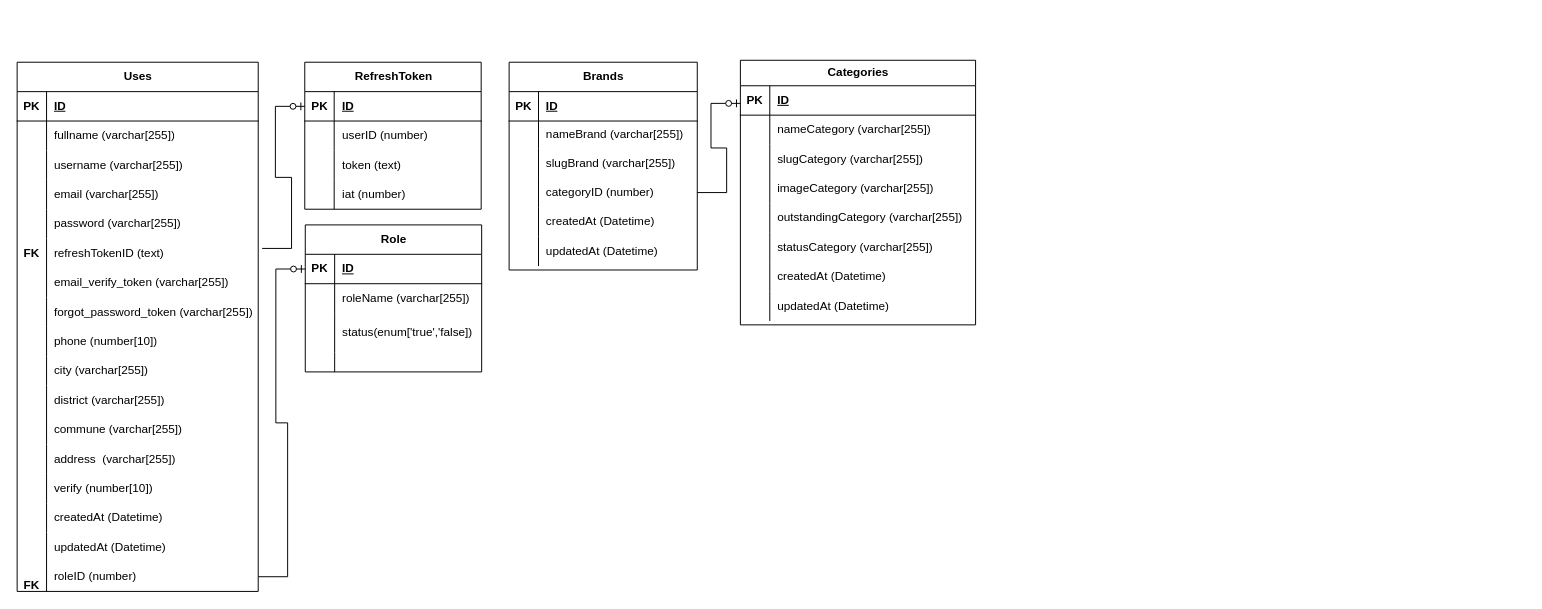
This is src/doan.drawio from QuocHuy03/HoangHaPC, a draw.io file, before an edit. Source tidied: cells renumbered, new cells numbered last; positions are measured from the earlier drawing's top-left corner, leaving out a move shared by most shapes. Both pictures are drawn from the tidied source at 98%, with x=0, y=0 at pixel (17, -89).
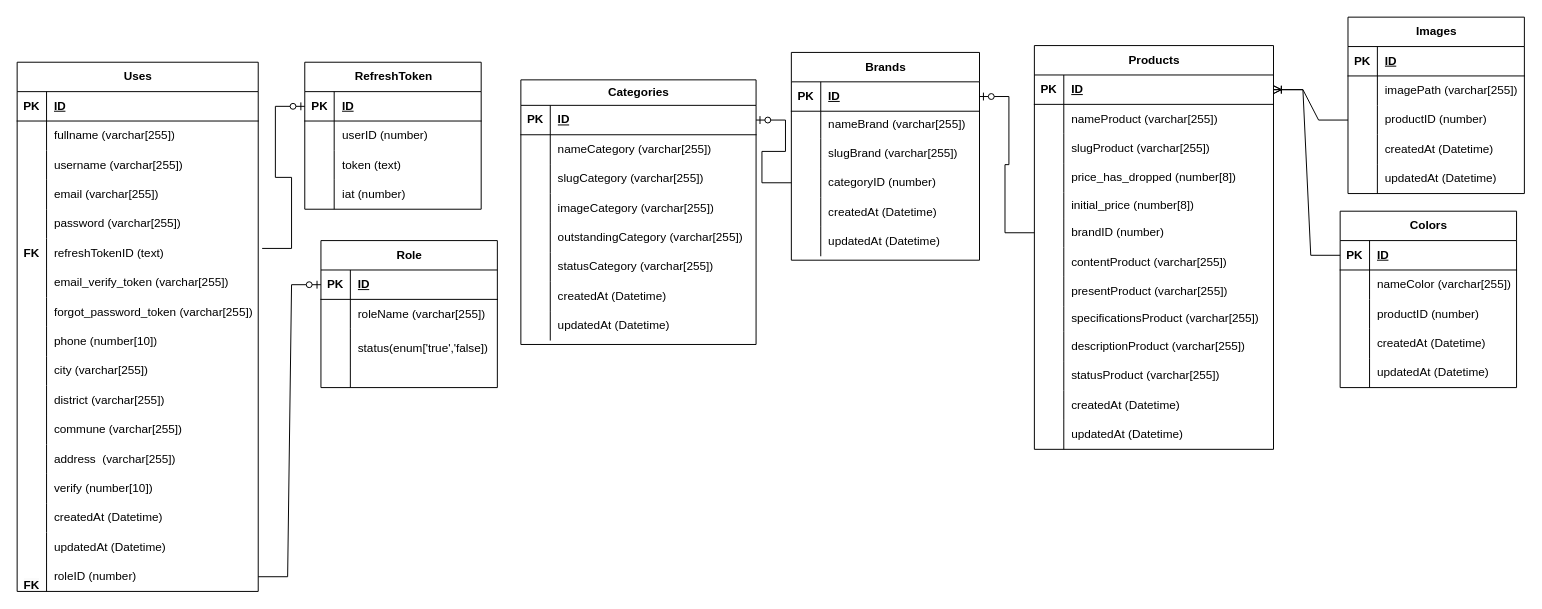
The same page after the edit.

Commit message (it also covers changes not shown here):
Cập nhật doan.drawio

The change refers to these unchanged cells:
```xml
<mxCell id="83" style="shape=tableRow;horizontal=0;startSize=0;swimlaneHead=0;swimlaneBody=0;fillColor=none;points=[[0,0.5],[1,0.5]];portConstraint=eastwest;top=0;left=0;right=0;bottom=1;" parent="82" vertex="1">
  <mxGeometry y="30" width="192" height="30" as="geometry" />
</mxCell>
<mxCell id="92" style="shape=tableRow;horizontal=0;startSize=0;swimlaneHead=0;swimlaneBody=0;fillColor=none;points=[[0,0.5],[1,0.5]];portConstraint=eastwest;top=0;left=0;right=0;bottom=0;" parent="82" vertex="1">
  <mxGeometry y="118" width="192" height="30" as="geometry" />
</mxCell>
<mxCell id="102" style="shape=tableRow;horizontal=0;startSize=0;swimlaneHead=0;swimlaneBody=0;fillColor=none;points=[[0,0.5],[1,0.5]];portConstraint=eastwest;top=0;left=0;right=0;bottom=1;" parent="101" vertex="1">
  <mxGeometry y="26" width="240" height="30" as="geometry" />
</mxCell>
```

Diff of the diagram source:
```diff
@@
     <mxCell id="68" value="Role" style="shape=table;startSize=30;childLayout=tableLayout;rowLines=0;fontStyle=1;align=center;html=1;" parent="1" vertex="1">
-      <mxGeometry x="294" y="320" width="180" height="150" as="geometry" />
+      <mxGeometry x="310" y="336" width="180" height="150" as="geometry" />
     </mxCell>
@@
     <mxCell id="82" value="Brands" style="shape=table;startSize=30;childLayout=tableLayout;rowLines=0;fontStyle=1;align=center;html=1;" parent="1" vertex="1">
-      <mxGeometry x="502" y="154" width="192" height="212" as="geometry" />
+      <mxGeometry x="790" y="144" width="192" height="212" as="geometry" />
     </mxCell>
@@
     <mxCell id="101" value="Categories" style="shape=table;startSize=26;childLayout=tableLayout;rowLines=0;fontStyle=1;align=center;html=1;" parent="1" vertex="1">
-      <mxGeometry x="738" y="152" width="240" height="270" as="geometry" />
+      <mxGeometry x="514" y="172" width="240" height="270" as="geometry" />
     </mxCell>
@@
-    <mxCell id="126" style="edgeStyle=entityRelationEdgeStyle;fontSize=12;html=1;endArrow=ERzeroToOne;endFill=1;rounded=0;entryX=0;entryY=0.5;entryDx=0;entryDy=0;exitX=1;exitY=0.5;exitDx=0;exitDy=0;" parent="1" edge="1" source="92">
+    <mxCell id="126" style="edgeStyle=entityRelationEdgeStyle;fontSize=12;html=1;endArrow=ERzeroToOne;endFill=1;rounded=0;exitX=0;exitY=0.5;exitDx=0;exitDy=0;entryX=1;entryY=0.5;entryDx=0;entryDy=0;" parent="1" edge="1" source="92" target="102">
       <mxGeometry relative="1" as="geometry">
-        <mxPoint x="738" y="196" as="targetPoint" />
         <Array as="points">
+          <mxPoint x="878" y="320" />
           <mxPoint x="738" y="349" />
           <mxPoint x="754" y="321" />
           <mxPoint x="722" y="316" />
+          <mxPoint x="750" y="212" />
+          <mxPoint x="1086" y="617" />
           <mxPoint x="1110" y="449" />
           <mxPoint x="730" y="224" />
           <mxPoint x="742" y="264" />
           <mxPoint x="738" y="281" />
           <mxPoint x="724" />
           <mxPoint x="1282" y="497" />
         </Array>
       </mxGeometry>
     </mxCell>
+    <mxCell id="127" value="Products" style="shape=table;startSize=30;childLayout=tableLayout;rowLines=0;fontStyle=1;align=center;html=1;" parent="1" vertex="1">
+      <mxGeometry x="1038" y="137" width="244" height="412" as="geometry" />
+    </mxCell>
+    <mxCell id="128" style="shape=tableRow;horizontal=0;startSize=0;swimlaneHead=0;swimlaneBody=0;fillColor=none;points=[[0,0.5],[1,0.5]];portConstraint=eastwest;top=0;left=0;right=0;bottom=1;" parent="127" vertex="1">
+      <mxGeometry y="30" width="244" height="30" as="geometry" />
+    </mxCell>
+    <mxCell id="129" value="PK" style="shape=partialRectangle;fillColor=none;top=0;left=0;bottom=0;right=0;fontStyle=1;overflow=hidden;whiteSpace=wrap;html=1;" parent="128" vertex="1">
+      <mxGeometry width="30" height="30" as="geometry" />
+    </mxCell>
+    <mxCell id="130" value="ID" style="shape=partialRectangle;fillColor=none;top=0;left=0;bottom=0;right=0;align=left;spacingLeft=6;fontStyle=5;overflow=hidden;whiteSpace=wrap;html=1;" parent="128" vertex="1">
+      <mxGeometry x="30" width="214" height="30" as="geometry" />
+    </mxCell>
+    <mxCell id="131" style="shape=tableRow;horizontal=0;startSize=0;swimlaneHead=0;swimlaneBody=0;fillColor=none;top=0;left=0;right=0;bottom=0;" parent="127" vertex="1">
+      <mxGeometry y="60" width="244" height="30" as="geometry" />
+    </mxCell>
+    <mxCell id="132" style="shape=partialRectangle;fillColor=none;top=0;left=0;bottom=0;right=0;overflow=hidden;whiteSpace=wrap;html=1;" parent="131" vertex="1">
+      <mxGeometry width="30" height="30" as="geometry" />
+    </mxCell>
+    <mxCell id="133" value="nameProduct (varchar[255])" style="shape=partialRectangle;fillColor=none;top=0;left=0;bottom=0;right=0;align=left;spacingLeft=6;overflow=hidden;whiteSpace=wrap;html=1;" parent="131" vertex="1">
+      <mxGeometry x="30" width="214" height="30" as="geometry" />
+    </mxCell>
+    <mxCell id="134" style="shape=tableRow;horizontal=0;startSize=0;swimlaneHead=0;swimlaneBody=0;fillColor=none;top=0;left=0;right=0;bottom=0;" parent="127" vertex="1">
+      <mxGeometry y="90" width="244" height="30" as="geometry" />
+    </mxCell>
+    <mxCell id="135" style="shape=partialRectangle;fillColor=none;top=0;left=0;bottom=0;right=0;overflow=hidden;whiteSpace=wrap;html=1;" parent="134" vertex="1">
+      <mxGeometry width="30" height="30" as="geometry" />
+    </mxCell>
+    <mxCell id="136" value="slugProduct (varchar[255])" style="shape=partialRectangle;fillColor=none;top=0;left=0;bottom=0;right=0;align=left;spacingLeft=6;overflow=hidden;whiteSpace=wrap;html=1;" parent="134" vertex="1">
+      <mxGeometry x="30" width="214" height="30" as="geometry" />
+    </mxCell>
+    <mxCell id="137" style="shape=tableRow;horizontal=0;startSize=0;swimlaneHead=0;swimlaneBody=0;fillColor=none;top=0;left=0;right=0;bottom=0;" parent="127" vertex="1">
+      <mxGeometry y="120" width="244" height="30" as="geometry" />
+    </mxCell>
+    <mxCell id="138" style="shape=partialRectangle;fillColor=none;top=0;left=0;bottom=0;right=0;overflow=hidden;whiteSpace=wrap;html=1;" parent="137" vertex="1">
+      <mxGeometry width="30" height="30" as="geometry" />
+    </mxCell>
+    <mxCell id="139" value="price_has_dropped (number[8])" style="shape=partialRectangle;fillColor=none;top=0;left=0;bottom=0;right=0;align=left;spacingLeft=6;overflow=hidden;whiteSpace=wrap;html=1;" parent="137" vertex="1">
+      <mxGeometry x="30" width="214" height="30" as="geometry" />
+    </mxCell>
+    <mxCell id="140" style="shape=tableRow;horizontal=0;startSize=0;swimlaneHead=0;swimlaneBody=0;fillColor=none;top=0;left=0;right=0;bottom=0;" parent="127" vertex="1">
+      <mxGeometry y="150" width="244" height="26" as="geometry" />
+    </mxCell>
+    <mxCell id="141" style="shape=partialRectangle;fillColor=none;top=0;left=0;bottom=0;right=0;overflow=hidden;whiteSpace=wrap;html=1;" parent="140" vertex="1">
+      <mxGeometry width="30" height="26" as="geometry" />
+    </mxCell>
+    <mxCell id="142" value="initial_price (number[8])" style="shape=partialRectangle;fillColor=none;top=0;left=0;bottom=0;right=0;align=left;spacingLeft=6;overflow=hidden;whiteSpace=wrap;html=1;" parent="140" vertex="1">
+      <mxGeometry x="30" width="214" height="26" as="geometry" />
+    </mxCell>
+    <mxCell id="143" style="shape=tableRow;horizontal=0;startSize=0;swimlaneHead=0;swimlaneBody=0;fillColor=none;points=[[0,0.5],[1,0.5]];portConstraint=eastwest;top=0;left=0;right=0;bottom=0;" parent="127" vertex="1">
+      <mxGeometry y="176" width="244" height="30" as="geometry" />
+    </mxCell>
+    <mxCell id="144" style="shape=partialRectangle;fillColor=none;top=0;left=0;bottom=0;right=0;overflow=hidden;whiteSpace=wrap;html=1;" parent="143" vertex="1">
+      <mxGeometry width="30" height="30" as="geometry" />
+    </mxCell>
+    <mxCell id="145" value="brandID (number)" style="shape=partialRectangle;fillColor=none;top=0;left=0;bottom=0;right=0;align=left;spacingLeft=6;overflow=hidden;whiteSpace=wrap;html=1;" parent="143" vertex="1">
+      <mxGeometry x="30" width="214" height="30" as="geometry" />
+    </mxCell>
+    <mxCell id="146" style="shape=tableRow;horizontal=0;startSize=0;swimlaneHead=0;swimlaneBody=0;fillColor=none;top=0;left=0;right=0;bottom=0;" parent="127" vertex="1">
+      <mxGeometry y="206" width="244" height="30" as="geometry" />
+    </mxCell>
+    <mxCell id="147" style="shape=partialRectangle;fillColor=none;top=0;left=0;bottom=0;right=0;overflow=hidden;whiteSpace=wrap;html=1;" parent="146" vertex="1">
+      <mxGeometry width="30" height="30" as="geometry" />
+    </mxCell>
+    <mxCell id="148" value="contentProduct (varchar[255])" style="shape=partialRectangle;fillColor=none;top=0;left=0;bottom=0;right=0;align=left;spacingLeft=6;overflow=hidden;whiteSpace=wrap;html=1;" parent="146" vertex="1">
+      <mxGeometry x="30" width="214" height="30" as="geometry" />
+    </mxCell>
+    <mxCell id="149" style="shape=tableRow;horizontal=0;startSize=0;swimlaneHead=0;swimlaneBody=0;fillColor=none;top=0;left=0;right=0;bottom=0;" parent="127" vertex="1">
+      <mxGeometry y="236" width="244" height="30" as="geometry" />
+    </mxCell>
+    <mxCell id="150" style="shape=partialRectangle;fillColor=none;top=0;left=0;bottom=0;right=0;overflow=hidden;whiteSpace=wrap;html=1;" parent="149" vertex="1">
+      <mxGeometry width="30" height="30" as="geometry" />
+    </mxCell>
+    <mxCell id="151" value="presentProduct (varchar[255])" style="shape=partialRectangle;fillColor=none;top=0;left=0;bottom=0;right=0;align=left;spacingLeft=6;overflow=hidden;whiteSpace=wrap;html=1;" parent="149" vertex="1">
+      <mxGeometry x="30" width="214" height="30" as="geometry" />
+    </mxCell>
+    <mxCell id="152" style="shape=tableRow;horizontal=0;startSize=0;swimlaneHead=0;swimlaneBody=0;fillColor=none;top=0;left=0;right=0;bottom=0;" parent="127" vertex="1">
+      <mxGeometry y="266" width="244" height="26" as="geometry" />
+    </mxCell>
+    <mxCell id="153" style="shape=partialRectangle;fillColor=none;top=0;left=0;bottom=0;right=0;overflow=hidden;whiteSpace=wrap;html=1;" parent="152" vertex="1">
+      <mxGeometry width="30" height="26" as="geometry" />
+    </mxCell>
+    <mxCell id="154" value="specificationsProduct (varchar[255])" style="shape=partialRectangle;fillColor=none;top=0;left=0;bottom=0;right=0;align=left;spacingLeft=6;overflow=hidden;whiteSpace=wrap;html=1;" parent="152" vertex="1">
+      <mxGeometry x="30" width="214" height="26" as="geometry" />
+    </mxCell>
+    <mxCell id="155" style="shape=tableRow;horizontal=0;startSize=0;swimlaneHead=0;swimlaneBody=0;fillColor=none;top=0;left=0;right=0;bottom=0;" parent="127" vertex="1">
+      <mxGeometry y="292" width="244" height="30" as="geometry" />
+    </mxCell>
+    <mxCell id="156" style="shape=partialRectangle;fillColor=none;top=0;left=0;bottom=0;right=0;overflow=hidden;whiteSpace=wrap;html=1;" parent="155" vertex="1">
+      <mxGeometry width="30" height="30" as="geometry" />
+    </mxCell>
+    <mxCell id="157" value="descriptionProduct (varchar[255])" style="shape=partialRectangle;fillColor=none;top=0;left=0;bottom=0;right=0;align=left;spacingLeft=6;overflow=hidden;whiteSpace=wrap;html=1;" parent="155" vertex="1">
+      <mxGeometry x="30" width="214" height="30" as="geometry" />
+    </mxCell>
+    <mxCell id="158" style="shape=tableRow;horizontal=0;startSize=0;swimlaneHead=0;swimlaneBody=0;fillColor=none;top=0;left=0;right=0;bottom=0;" parent="127" vertex="1">
+      <mxGeometry y="322" width="244" height="30" as="geometry" />
+    </mxCell>
+    <mxCell id="159" style="shape=partialRectangle;fillColor=none;top=0;left=0;bottom=0;right=0;overflow=hidden;whiteSpace=wrap;html=1;" parent="158" vertex="1">
+      <mxGeometry width="30" height="30" as="geometry" />
+    </mxCell>
+    <mxCell id="160" value="statusProduct (varchar[255])" style="shape=partialRectangle;fillColor=none;top=0;left=0;bottom=0;right=0;align=left;spacingLeft=6;overflow=hidden;whiteSpace=wrap;html=1;" parent="158" vertex="1">
+      <mxGeometry x="30" width="214" height="30" as="geometry" />
+    </mxCell>
+    <mxCell id="161" style="shape=tableRow;horizontal=0;startSize=0;swimlaneHead=0;swimlaneBody=0;fillColor=none;top=0;left=0;right=0;bottom=0;" parent="127" vertex="1">
+      <mxGeometry y="352" width="244" height="30" as="geometry" />
+    </mxCell>
+    <mxCell id="162" style="shape=partialRectangle;fillColor=none;top=0;left=0;bottom=0;right=0;overflow=hidden;whiteSpace=wrap;html=1;" parent="161" vertex="1">
+      <mxGeometry width="30" height="30" as="geometry" />
+    </mxCell>
+    <mxCell id="163" value="createdAt (Datetime)" style="shape=partialRectangle;fillColor=none;top=0;left=0;bottom=0;right=0;align=left;spacingLeft=6;overflow=hidden;whiteSpace=wrap;html=1;" parent="161" vertex="1">
+      <mxGeometry x="30" width="214" height="30" as="geometry" />
+    </mxCell>
+    <mxCell id="164" style="shape=tableRow;horizontal=0;startSize=0;swimlaneHead=0;swimlaneBody=0;fillColor=none;top=0;left=0;right=0;bottom=0;" parent="127" vertex="1">
+      <mxGeometry y="382" width="244" height="30" as="geometry" />
+    </mxCell>
+    <mxCell id="165" style="shape=partialRectangle;fillColor=none;top=0;left=0;bottom=0;right=0;overflow=hidden;whiteSpace=wrap;html=1;" parent="164" vertex="1">
+      <mxGeometry width="30" height="30" as="geometry" />
+    </mxCell>
+    <mxCell id="166" value="updatedAt (Datetime)" style="shape=partialRectangle;fillColor=none;top=0;left=0;bottom=0;right=0;align=left;spacingLeft=6;overflow=hidden;whiteSpace=wrap;html=1;" parent="164" vertex="1">
+      <mxGeometry x="30" width="214" height="30" as="geometry" />
+    </mxCell>
+    <mxCell id="167" style="edgeStyle=entityRelationEdgeStyle;fontSize=12;html=1;endArrow=ERzeroToOne;endFill=1;rounded=0;entryX=1;entryY=0.5;entryDx=0;entryDy=0;exitX=0;exitY=0.5;exitDx=0;exitDy=0;" parent="1" edge="1" source="143" target="83">
+      <mxGeometry relative="1" as="geometry">
+        <Array as="points">
+          <mxPoint x="590" y="601" />
+          <mxPoint x="942" y="168" />
+          <mxPoint x="606" y="573" />
+          <mxPoint x="574" y="568" />
+          <mxPoint x="962" y="701" />
+          <mxPoint x="582" y="476" />
+          <mxPoint x="594" y="516" />
+          <mxPoint x="590" y="533" />
+          <mxPoint x="576" y="252" />
+          <mxPoint x="1134" y="749" />
+        </Array>
+      </mxGeometry>
+    </mxCell>
+    <mxCell id="168" value="Images" style="shape=table;startSize=30;childLayout=tableLayout;rowLines=0;fontStyle=1;align=center;html=1;" parent="1" vertex="1">
+      <mxGeometry x="1358" y="108" width="180" height="180" as="geometry" />
+    </mxCell>
+    <mxCell id="169" style="shape=tableRow;horizontal=0;startSize=0;swimlaneHead=0;swimlaneBody=0;fillColor=none;top=0;left=0;right=0;bottom=1;" parent="168" vertex="1">
+      <mxGeometry y="30" width="180" height="30" as="geometry" />
+    </mxCell>
+    <mxCell id="170" value="PK" style="shape=partialRectangle;fillColor=none;top=0;left=0;bottom=0;right=0;fontStyle=1;overflow=hidden;whiteSpace=wrap;html=1;" parent="169" vertex="1">
+      <mxGeometry width="30" height="30" as="geometry" />
+    </mxCell>
+    <mxCell id="171" value="ID" style="shape=partialRectangle;fillColor=none;top=0;left=0;bottom=0;right=0;align=left;spacingLeft=6;fontStyle=5;overflow=hidden;whiteSpace=wrap;html=1;" parent="169" vertex="1">
+      <mxGeometry x="30" width="150" height="30" as="geometry" />
+    </mxCell>
+    <mxCell id="172" style="shape=tableRow;horizontal=0;startSize=0;swimlaneHead=0;swimlaneBody=0;fillColor=none;top=0;left=0;right=0;bottom=0;" parent="168" vertex="1">
+      <mxGeometry y="60" width="180" height="30" as="geometry" />
+    </mxCell>
+    <mxCell id="173" style="shape=partialRectangle;fillColor=none;top=0;left=0;bottom=0;right=0;overflow=hidden;whiteSpace=wrap;html=1;" parent="172" vertex="1">
+      <mxGeometry width="30" height="30" as="geometry" />
+    </mxCell>
+    <mxCell id="174" value="imagePath (varchar[255])" style="shape=partialRectangle;fillColor=none;top=0;left=0;bottom=0;right=0;align=left;spacingLeft=6;overflow=hidden;whiteSpace=wrap;html=1;" parent="172" vertex="1">
+      <mxGeometry x="30" width="150" height="30" as="geometry" />
+    </mxCell>
+    <mxCell id="175" style="shape=tableRow;horizontal=0;startSize=0;swimlaneHead=0;swimlaneBody=0;fillColor=none;points=[[0,0.5],[1,0.5]];portConstraint=eastwest;top=0;left=0;right=0;bottom=0;" parent="168" vertex="1">
+      <mxGeometry y="90" width="180" height="30" as="geometry" />
+    </mxCell>
+    <mxCell id="176" style="shape=partialRectangle;fillColor=none;top=0;left=0;bottom=0;right=0;overflow=hidden;whiteSpace=wrap;html=1;" parent="175" vertex="1">
+      <mxGeometry width="30" height="30" as="geometry" />
+    </mxCell>
+    <mxCell id="177" value="productID (number)" style="shape=partialRectangle;fillColor=none;top=0;left=0;bottom=0;right=0;align=left;spacingLeft=6;overflow=hidden;whiteSpace=wrap;html=1;" parent="175" vertex="1">
+      <mxGeometry x="30" width="150" height="30" as="geometry" />
+    </mxCell>
+    <mxCell id="178" style="shape=tableRow;horizontal=0;startSize=0;swimlaneHead=0;swimlaneBody=0;fillColor=none;top=0;left=0;right=0;bottom=0;" parent="168" vertex="1">
+      <mxGeometry y="120" width="180" height="30" as="geometry" />
+    </mxCell>
+    <mxCell id="179" style="shape=partialRectangle;fillColor=none;top=0;left=0;bottom=0;right=0;overflow=hidden;whiteSpace=wrap;html=1;" parent="178" vertex="1">
+      <mxGeometry width="30" height="30" as="geometry" />
+    </mxCell>
+    <mxCell id="180" value="createdAt (Datetime)" style="shape=partialRectangle;fillColor=none;top=0;left=0;bottom=0;right=0;align=left;spacingLeft=6;overflow=hidden;whiteSpace=wrap;html=1;" parent="178" vertex="1">
+      <mxGeometry x="30" width="150" height="30" as="geometry" />
+    </mxCell>
+    <mxCell id="181" style="shape=tableRow;horizontal=0;startSize=0;swimlaneHead=0;swimlaneBody=0;fillColor=none;top=0;left=0;right=0;bottom=0;" parent="168" vertex="1">
+      <mxGeometry y="150" width="180" height="30" as="geometry" />
+    </mxCell>
+    <mxCell id="182" style="shape=partialRectangle;fillColor=none;top=0;left=0;bottom=0;right=0;overflow=hidden;whiteSpace=wrap;html=1;" parent="181" vertex="1">
+      <mxGeometry width="30" height="30" as="geometry" />
+    </mxCell>
+    <mxCell id="183" value="updatedAt (Datetime)" style="shape=partialRectangle;fillColor=none;top=0;left=0;bottom=0;right=0;align=left;spacingLeft=6;overflow=hidden;whiteSpace=wrap;html=1;" parent="181" vertex="1">
+      <mxGeometry x="30" width="150" height="30" as="geometry" />
+    </mxCell>
+    <mxCell id="184" value="Colors" style="shape=table;startSize=30;childLayout=tableLayout;rowLines=0;fontStyle=1;align=center;html=1;" parent="1" vertex="1">
+      <mxGeometry x="1350" y="306" width="180" height="180" as="geometry" />
+    </mxCell>
+    <mxCell id="185" style="shape=tableRow;horizontal=0;startSize=0;swimlaneHead=0;swimlaneBody=0;fillColor=none;points=[[0,0.5],[1,0.5]];portConstraint=eastwest;top=0;left=0;right=0;bottom=1;" parent="184" vertex="1">
+      <mxGeometry y="30" width="180" height="30" as="geometry" />
+    </mxCell>
+    <mxCell id="186" value="PK" style="shape=partialRectangle;fillColor=none;top=0;left=0;bottom=0;right=0;fontStyle=1;overflow=hidden;whiteSpace=wrap;html=1;" parent="185" vertex="1">
+      <mxGeometry width="30" height="30" as="geometry" />
+    </mxCell>
+    <mxCell id="187" value="ID" style="shape=partialRectangle;fillColor=none;top=0;left=0;bottom=0;right=0;align=left;spacingLeft=6;fontStyle=5;overflow=hidden;whiteSpace=wrap;html=1;" parent="185" vertex="1">
+      <mxGeometry x="30" width="150" height="30" as="geometry" />
+    </mxCell>
+    <mxCell id="188" style="shape=tableRow;horizontal=0;startSize=0;swimlaneHead=0;swimlaneBody=0;fillColor=none;top=0;left=0;right=0;bottom=0;" parent="184" vertex="1">
+      <mxGeometry y="60" width="180" height="30" as="geometry" />
+    </mxCell>
+    <mxCell id="189" style="shape=partialRectangle;fillColor=none;top=0;left=0;bottom=0;right=0;overflow=hidden;whiteSpace=wrap;html=1;" parent="188" vertex="1">
+      <mxGeometry width="30" height="30" as="geometry" />
+    </mxCell>
+    <mxCell id="190" value="nameColor (varchar[255])" style="shape=partialRectangle;fillColor=none;top=0;left=0;bottom=0;right=0;align=left;spacingLeft=6;overflow=hidden;whiteSpace=wrap;html=1;" parent="188" vertex="1">
+      <mxGeometry x="30" width="150" height="30" as="geometry" />
+    </mxCell>
+    <mxCell id="191" style="shape=tableRow;horizontal=0;startSize=0;swimlaneHead=0;swimlaneBody=0;fillColor=none;top=0;left=0;right=0;bottom=0;" parent="184" vertex="1">
+      <mxGeometry y="90" width="180" height="30" as="geometry" />
+    </mxCell>
+    <mxCell id="192" style="shape=partialRectangle;fillColor=none;top=0;left=0;bottom=0;right=0;overflow=hidden;whiteSpace=wrap;html=1;" parent="191" vertex="1">
+      <mxGeometry width="30" height="30" as="geometry" />
+    </mxCell>
+    <mxCell id="193" value="productID (number)" style="shape=partialRectangle;fillColor=none;top=0;left=0;bottom=0;right=0;align=left;spacingLeft=6;overflow=hidden;whiteSpace=wrap;html=1;" parent="191" vertex="1">
+      <mxGeometry x="30" width="150" height="30" as="geometry" />
+    </mxCell>
+    <mxCell id="194" style="shape=tableRow;horizontal=0;startSize=0;swimlaneHead=0;swimlaneBody=0;fillColor=none;top=0;left=0;right=0;bottom=0;" parent="184" vertex="1">
+      <mxGeometry y="120" width="180" height="30" as="geometry" />
+    </mxCell>
+    <mxCell id="195" style="shape=partialRectangle;fillColor=none;top=0;left=0;bottom=0;right=0;overflow=hidden;whiteSpace=wrap;html=1;" parent="194" vertex="1">
+      <mxGeometry width="30" height="30" as="geometry" />
+    </mxCell>
+    <mxCell id="196" value="createdAt (Datetime)" style="shape=partialRectangle;fillColor=none;top=0;left=0;bottom=0;right=0;align=left;spacingLeft=6;overflow=hidden;whiteSpace=wrap;html=1;" parent="194" vertex="1">
+      <mxGeometry x="30" width="150" height="30" as="geometry" />
+    </mxCell>
+    <mxCell id="197" style="shape=tableRow;horizontal=0;startSize=0;swimlaneHead=0;swimlaneBody=0;fillColor=none;top=0;left=0;right=0;bottom=0;" parent="184" vertex="1">
+      <mxGeometry y="150" width="180" height="30" as="geometry" />
+    </mxCell>
+    <mxCell id="198" style="shape=partialRectangle;fillColor=none;top=0;left=0;bottom=0;right=0;overflow=hidden;whiteSpace=wrap;html=1;" parent="197" vertex="1">
+      <mxGeometry width="30" height="30" as="geometry" />
+    </mxCell>
+    <mxCell id="199" value="updatedAt (Datetime)" style="shape=partialRectangle;fillColor=none;top=0;left=0;bottom=0;right=0;align=left;spacingLeft=6;overflow=hidden;whiteSpace=wrap;html=1;" parent="197" vertex="1">
+      <mxGeometry x="30" width="150" height="30" as="geometry" />
+    </mxCell>
+    <mxCell id="200" style="edgeStyle=entityRelationEdgeStyle;fontSize=12;html=1;endArrow=ERoneToMany;rounded=0;entryX=1;entryY=0.5;entryDx=0;entryDy=0;" parent="1" edge="1" source="175" target="128">
+      <mxGeometry relative="1" as="geometry">
+        <Array as="points">
+          <mxPoint x="1482" y="193" />
+        </Array>
+      </mxGeometry>
+    </mxCell>
+    <mxCell id="201" style="edgeStyle=entityRelationEdgeStyle;fontSize=12;html=1;endArrow=ERoneToMany;rounded=0;exitX=0;exitY=0.5;exitDx=0;exitDy=0;entryX=1;entryY=0.5;entryDx=0;entryDy=0;" parent="1" edge="1" source="185" target="128">
+      <mxGeometry relative="1" as="geometry">
+        <Array as="points">
+          <mxPoint x="1668" y="428" />
+          <mxPoint x="1644" y="436" />
+          <mxPoint x="1574" y="287" />
+        </Array>
+      </mxGeometry>
+    </mxCell>
```
